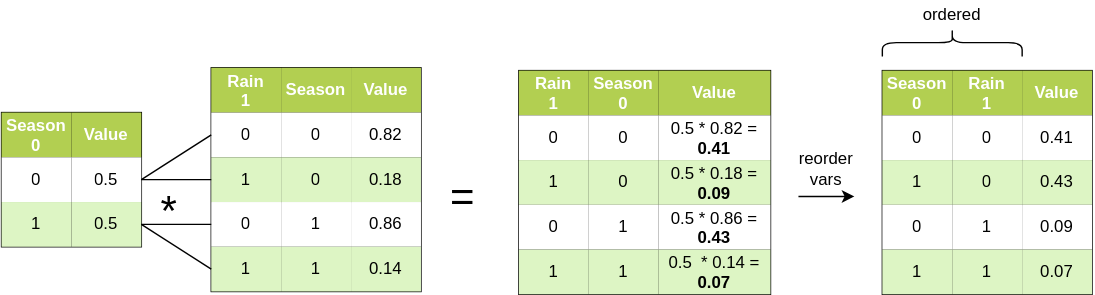
This is doc/factor_product.svg from fkeidel/BayesNet, a draw.io export, as it was before one commit. Source tidied: cells renumbered, new cells last; positions are measured from the earlier drawing's top-left corner, leaving out a move shared by most shapes.
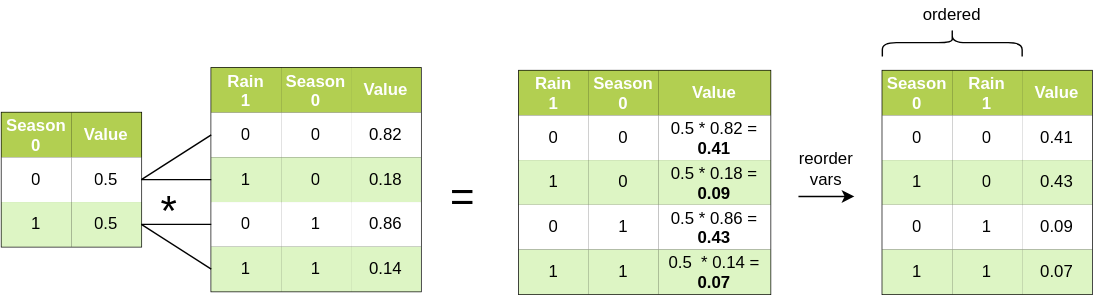
The same file after the commit.

Change to the diagram source:
```diff
@@ -41,7 +41,7 @@
     <mxCell id="14" value="Rain&lt;br&gt;1" style="shape=partialRectangle;html=1;whiteSpace=wrap;top=0;left=0;bottom=0;right=0;overflow=hidden;strokeColor=#36393d;fontStyle=1;fontColor=#FFFFFF;fillColor=#B2CF51;" parent="13" vertex="1">
       <mxGeometry width="50" height="32" as="geometry" />
     </mxCell>
-    <mxCell id="15" value="Season" style="shape=partialRectangle;html=1;whiteSpace=wrap;top=0;left=0;bottom=0;right=0;overflow=hidden;strokeColor=#36393d;fontStyle=1;fontColor=#FFFFFF;fillColor=#B2CF51;" parent="13" vertex="1">
+    <mxCell id="15" value="Season&lt;br&gt;0" style="shape=partialRectangle;html=1;whiteSpace=wrap;top=0;left=0;bottom=0;right=0;overflow=hidden;strokeColor=#36393d;fontStyle=1;fontColor=#FFFFFF;fillColor=#B2CF51;" parent="13" vertex="1">
       <mxGeometry x="50" width="50" height="32" as="geometry" />
     </mxCell>
     <mxCell id="16" value="Value" style="shape=partialRectangle;html=1;whiteSpace=wrap;top=0;left=0;bottom=0;right=0;overflow=hidden;strokeColor=#36393d;fontStyle=1;fontColor=#FFFFFF;fillColor=#B2CF51;" parent="13" vertex="1">
```
